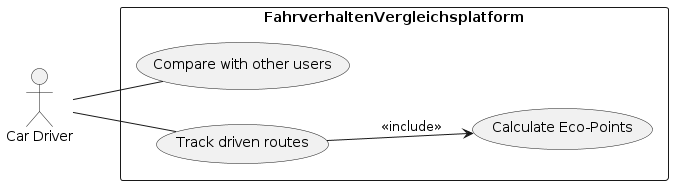
2324-4bhif-syp/2324-4bhif-syp-project-ecopoints keeps this PlantUML diagram as images/ucd.png. Above is the earlier version.
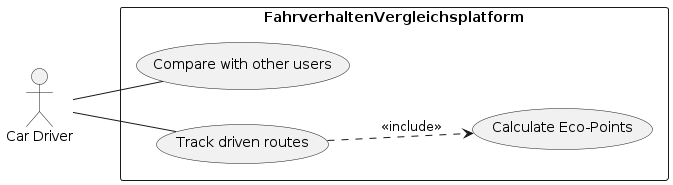
After the change.

The edit, as a diff of the source:
```diff
@@ -9,5 +9,5 @@
 cd -- compareUsers
 cd -- trackRoutes
 
-trackRoutes --> calculateEcoPoints : <<include>>
+trackRoutes ..> calculateEcoPoints : <<include>>
 @enduml
```
